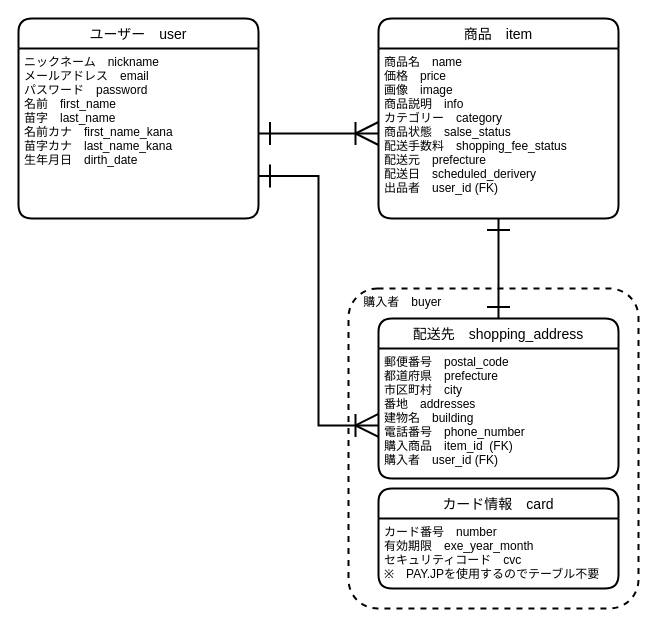
Above: EntityRelationshipDiagram.dio in entamago/furima-35164 (draw.io), before the change. Source tidied: cells renumbered, new cells numbered last; positions are measured from the earlier drawing's top-left corner, leaving out a move shared by most shapes. Both pictures are drawn from the tidied source at 100%, with x=0, y=0 at pixel (18, 18).
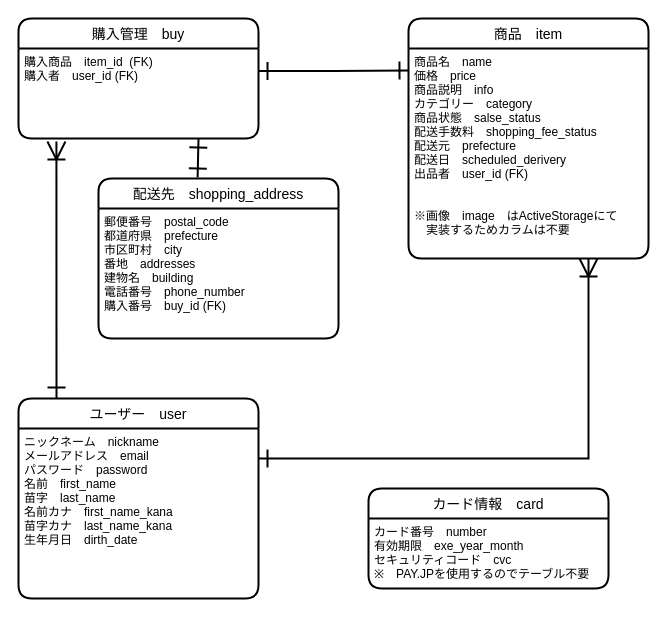
The same diagram, later.

Commit message (it also covers changes not shown here):
DB設計の指摘改善1

What changed in the source:
```diff
@@
 <mxGraphModel>
   <root>
     <mxCell id="0" />
     <mxCell id="1" parent="0" />
-    <mxCell id="2" value="&amp;nbsp; &amp;nbsp; 購入者　buyer" style="rounded=1;arcSize=10;whiteSpace=wrap;html=1;align=left;fillColor=none;strokeWidth=2;verticalAlign=top;dashed=1;" parent="1" vertex="1">
-      <mxGeometry x="330" y="270" width="290" height="320" as="geometry" />
-    </mxCell>
+    <mxCell id="14" style="edgeStyle=orthogonalEdgeStyle;rounded=0;jettySize=auto;html=1;startArrow=ERone;startFill=0;startSize=15;endArrow=ERoneToMany;endFill=0;endSize=15;strokeWidth=2;entryX=0.158;entryY=1.033;entryDx=0;entryDy=0;entryPerimeter=0;" parent="1" edge="1" target="16">
+      <mxGeometry relative="1" as="geometry">
+        <mxPoint x="38" y="360" as="sourcePoint" />
+        <Array as="points">
+          <mxPoint x="38" y="380" />
+        </Array>
+      </mxGeometry>
+    </mxCell>
     <mxCell id="3" value="ユーザー　user" style="swimlane;horizontal=1;startSize=30;rounded=1;fontSize=14;fontStyle=0;strokeWidth=2;shadow=0;dashed=0;align=center;" parent="1" vertex="1">
-      <mxGeometry width="240" height="200" as="geometry" />
+      <mxGeometry y="380" width="240" height="200" as="geometry" />
     </mxCell>
     <mxCell id="4" value="ニックネーム　nickname&#10;メールアドレス　email&#10;パスワード　password&#10;名前　first_name&#10;苗字　last_name&#10;名前カナ　first_name_kana&#10;苗字カナ　last_name_kana&#10;生年月日　dirth_date" style="align=left;strokeColor=none;fillColor=none;spacingLeft=4;fontSize=12;verticalAlign=top;" parent="3" vertex="1">
       <mxGeometry y="30" width="240" height="170" as="geometry" />
     </mxCell>
     <mxCell id="5" value="商品　item" style="swimlane;horizontal=1;startSize=30;rounded=1;fontSize=14;fontStyle=0;strokeWidth=2;shadow=0;dashed=0;align=center;" parent="1" vertex="1">
-      <mxGeometry x="360" width="240" height="200" as="geometry" />
+      <mxGeometry x="390" width="240" height="240" as="geometry" />
     </mxCell>
-    <mxCell id="6" value="商品名　name&#10;価格　price&#10;画像　image&#10;商品説明　info&#10;カテゴリー　category&#10;商品状態　salse_status&#10;配送手数料　shopping_fee_status&#10;配送元　prefecture&#10;配送日　scheduled_derivery&#10;出品者　user_id (FK)&#10;" style="align=left;strokeColor=none;fillColor=none;spacingLeft=4;fontSize=12;verticalAlign=top;" parent="5" vertex="1">
-      <mxGeometry y="30" width="240" height="170" as="geometry" />
+    <mxCell id="6" value="商品名　name&#10;価格　price&#10;商品説明　info&#10;カテゴリー　category&#10;商品状態　salse_status&#10;配送手数料　shopping_fee_status&#10;配送元　prefecture&#10;配送日　scheduled_derivery&#10;出品者　user_id (FK)&#10;&#10;&#10;※画像　image　はActiveStorageにて&#10;　実装するためカラムは不要&#10;" style="align=left;strokeColor=none;fillColor=none;spacingLeft=4;fontSize=12;verticalAlign=top;" parent="5" vertex="1">
+      <mxGeometry y="30" width="240" height="210" as="geometry" />
     </mxCell>
-    <mxCell id="7" style="endArrow=ERoneToMany;html=1;rounded=0;entryX=0;entryY=0.5;entryDx=0;entryDy=0;exitX=1;exitY=0.5;exitDx=0;exitDy=0;startArrow=ERone;startFill=0;endFill=0;endSize=20;startSize=20;strokeWidth=2;" parent="1" edge="1" source="4" target="6">
-      <mxGeometry relative="1" as="geometry" />
-    </mxCell>
     <mxCell id="8" value="カード情報　card" style="swimlane;horizontal=1;startSize=30;rounded=1;fontSize=14;fontStyle=0;strokeWidth=2;shadow=0;dashed=0;align=center;" parent="1" vertex="1">
-      <mxGeometry x="360" y="470" width="240" height="100" as="geometry" />
+      <mxGeometry x="350" y="470" width="240" height="100" as="geometry" />
     </mxCell>
     <mxCell id="9" value="カード番号　number&#10;有効期限　exe_year_month&#10;セキュリティコード　cvc&#10;※　PAY.JPを使用するのでテーブル不要" style="align=left;strokeColor=none;fillColor=none;spacingLeft=4;fontSize=12;verticalAlign=top;" parent="8" vertex="1">
       <mxGeometry y="30" width="240" height="70" as="geometry" />
     </mxCell>
-    <mxCell id="10" style="edgeStyle=orthogonalEdgeStyle;rounded=0;jettySize=auto;html=1;exitX=0.5;exitY=1;exitDx=0;exitDy=0;startArrow=ERone;startFill=0;startSize=20;endArrow=ERone;endFill=0;endSize=20;strokeWidth=2;entryX=0.5;entryY=0;entryDx=0;entryDy=0;" parent="1" edge="1" source="6" target="11">
-      <mxGeometry relative="1" as="geometry" />
-    </mxCell>
     <mxCell id="11" value="配送先　shopping_address" style="swimlane;horizontal=1;startSize=30;rounded=1;fontSize=14;fontStyle=0;strokeWidth=2;shadow=0;dashed=0;align=center;fillColor=none;" parent="1" vertex="1">
-      <mxGeometry x="360" y="300" width="240" height="160" as="geometry" />
+      <mxGeometry x="80" y="160" width="240" height="160" as="geometry" />
     </mxCell>
-    <mxCell id="12" value="郵便番号　postal_code&#10;都道府県　prefecture&#10;市区町村　city&#10;番地　addresses&#10;建物名　building&#10;電話番号　phone_number&#10;購入商品　item_id  (FK)&#10;購入者　user_id (FK)" style="align=left;strokeColor=none;fillColor=none;spacingLeft=4;fontSize=12;verticalAlign=top;" parent="11" vertex="1">
+    <mxCell id="12" value="郵便番号　postal_code&#10;都道府県　prefecture&#10;市区町村　city&#10;番地　addresses&#10;建物名　building&#10;電話番号　phone_number&#10;購入番号　buy_id (FK)" style="align=left;strokeColor=none;fillColor=none;spacingLeft=4;fontSize=12;verticalAlign=top;" parent="11" vertex="1">
       <mxGeometry y="30" width="240" height="130" as="geometry" />
     </mxCell>
-    <mxCell id="13" style="edgeStyle=orthogonalEdgeStyle;rounded=0;jettySize=auto;html=1;exitX=1;exitY=0.75;exitDx=0;exitDy=0;entryX=0;entryY=0.592;entryDx=0;entryDy=0;entryPerimeter=0;endArrow=ERoneToMany;endFill=0;startArrow=ERone;startFill=0;strokeWidth=2;endSize=20;startSize=20;" parent="1" edge="1" source="4" target="12">
-      <mxGeometry relative="1" as="geometry" />
-    </mxCell>
+    <mxCell id="15" value="購入管理　buy" style="swimlane;horizontal=1;startSize=30;rounded=1;fontSize=14;fontStyle=0;strokeWidth=2;shadow=0;dashed=0;align=center;" parent="1" vertex="1">
+      <mxGeometry width="240" height="120" as="geometry" />
+    </mxCell>
+    <mxCell id="16" value="購入商品　item_id  (FK)&#10;購入者　user_id (FK)&#10;" style="align=left;strokeColor=none;fillColor=none;spacingLeft=4;fontSize=12;verticalAlign=top;" parent="15" vertex="1">
+      <mxGeometry y="30" width="240" height="90" as="geometry" />
+    </mxCell>
+    <mxCell id="17" style="edgeStyle=orthogonalEdgeStyle;rounded=0;jettySize=auto;html=1;exitX=1;exitY=0.25;exitDx=0;exitDy=0;strokeWidth=2;endArrow=ERone;endFill=0;startArrow=ERone;startFill=0;endSize=15;startSize=15;entryX=0;entryY=0.105;entryDx=0;entryDy=0;entryPerimeter=0;" parent="1" edge="1" source="16" target="6">
+      <mxGeometry relative="1" as="geometry" />
+    </mxCell>
+    <mxCell id="18" style="edgeStyle=orthogonalEdgeStyle;rounded=0;jettySize=auto;html=1;entryX=0.75;entryY=1;entryDx=0;entryDy=0;startArrow=ERone;startFill=0;startSize=15;endArrow=ERoneToMany;endFill=0;endSize=15;strokeWidth=2;" parent="1" edge="1" target="6">
+      <mxGeometry relative="1" as="geometry">
+        <mxPoint x="240" y="440" as="sourcePoint" />
+        <Array as="points">
+          <mxPoint x="240" y="440" />
+          <mxPoint x="570" y="440" />
+        </Array>
+      </mxGeometry>
+    </mxCell>
+    <mxCell id="19" style="edgeStyle=orthogonalEdgeStyle;rounded=0;jettySize=auto;html=1;exitX=0.75;exitY=1;exitDx=0;exitDy=0;entryX=0.413;entryY=-0.006;entryDx=0;entryDy=0;entryPerimeter=0;startArrow=ERone;startFill=0;startSize=15;endArrow=ERone;endFill=0;endSize=15;strokeWidth=2;" parent="1" edge="1" source="16" target="11">
+      <mxGeometry relative="1" as="geometry" />
+    </mxCell>
   </root>
 </mxGraphModel>
```
